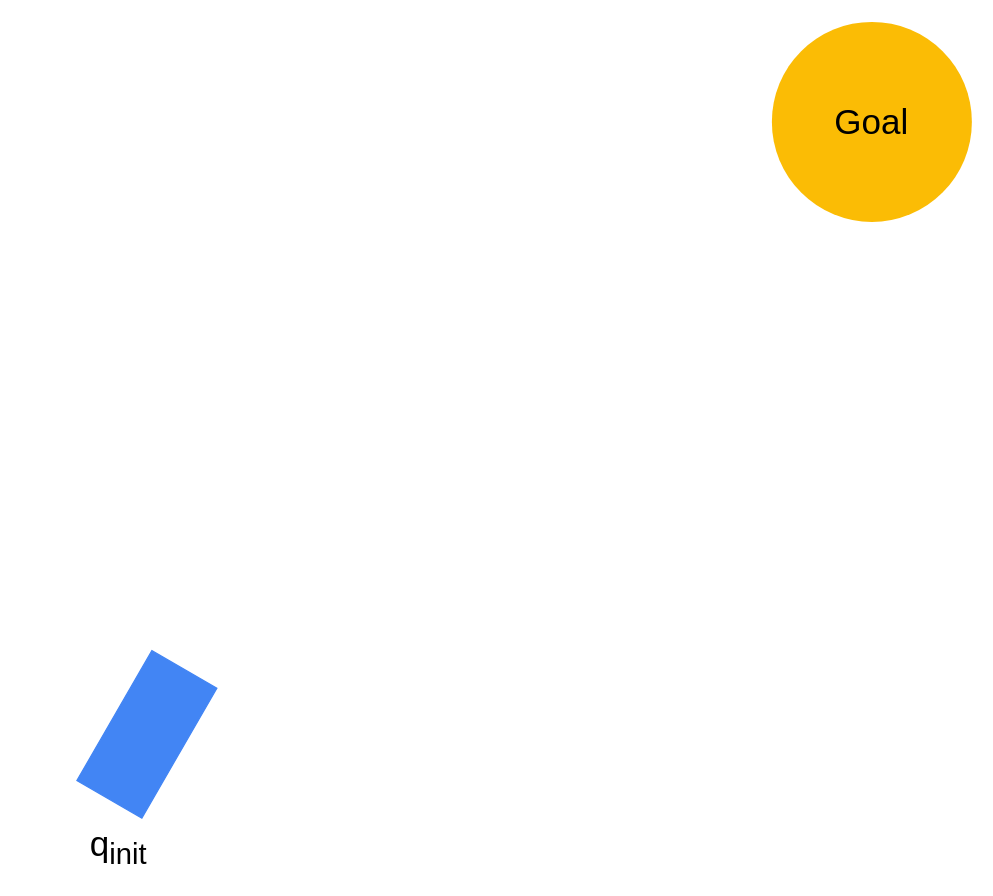
Above: page "Page-1" (1 of 3) of Writeups/4_Report/chapters/chapter2/figures/RRT_step_by_step.drawio in AnthonyKenny98/Thesis (draw.io), before the change. Source tidied: cells renumbered, new cells numbered last; positions are measured from the earlier drawing's top-left corner, leaving out a move shared by most shapes. Both pictures are drawn from the tidied source at 125%, with x=0, y=0 at pixel (71, 21).
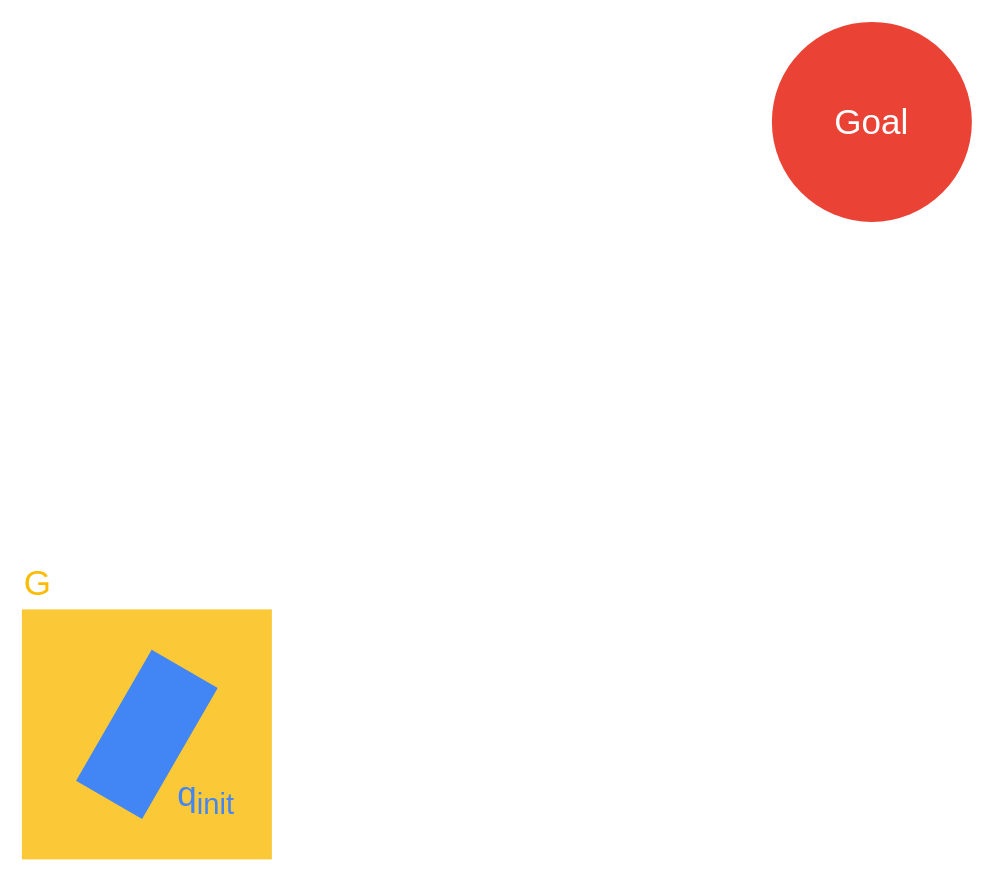
The same page after the edit.

The edit, as a diff of the source:
```diff
@@
 <mxGraphModel>
   <root>
     <mxCell id="0" />
     <mxCell id="1" parent="0" />
+    <mxCell id="5" style="whiteSpace=wrap;html=1;shadow=0;glass=0;comic=0;strokeColor=none;fillColor=#FBBC05;opacity=80;" parent="1" vertex="1">
+      <mxGeometry x="-40" y="470" width="200" height="200" as="geometry" />
+    </mxCell>
     <mxCell id="2" style="rounded=0;whiteSpace=wrap;html=1;fillColor=#4285F4;strokeColor=#4285F4;rotation=-60;" parent="1" vertex="1">
       <mxGeometry y="540" width="120" height="60" as="geometry" />
     </mxCell>
-    <mxCell id="3" value="&lt;font style=&quot;font-size: 28px&quot;&gt;Goal&lt;/font&gt;" style="ellipse;whiteSpace=wrap;html=1;strokeColor=none;fillColor=#FBBC05;fontFamily=Computer Modern;FType=g;" parent="1" vertex="1">
+    <mxCell id="3" value="&lt;font style=&quot;font-size: 28px&quot; color=&quot;#ffffff&quot;&gt;Goal&lt;/font&gt;" style="ellipse;whiteSpace=wrap;html=1;strokeColor=none;fillColor=#EA4335;fontFamily=Computer Modern;FType=g;" parent="1" vertex="1">
       <mxGeometry x="560" width="160" height="160" as="geometry" />
     </mxCell>
-    <mxCell id="4" value="&lt;font style=&quot;font-size: 28px&quot; face=&quot;Computer Modern&quot;&gt;q&lt;sub&gt;init&lt;/sub&gt;&lt;/font&gt;" style="text;html=1;strokeColor=none;fillColor=none;align=center;verticalAlign=middle;whiteSpace=wrap;rounded=0;rotation=0;" parent="1" vertex="1">
-      <mxGeometry y="640" width="75" height="42.2" as="geometry" />
+    <mxCell id="4" value="&lt;font style=&quot;font-size: 28px&quot; face=&quot;Computer Modern&quot; color=&quot;#4285f4&quot;&gt;q&lt;sub&gt;init&lt;/sub&gt;&lt;/font&gt;" style="text;html=1;strokeColor=none;fillColor=none;align=center;verticalAlign=middle;whiteSpace=wrap;rounded=0;rotation=0;" parent="1" vertex="1">
+      <mxGeometry x="70" y="600" width="75" height="42.2" as="geometry" />
     </mxCell>
+    <mxCell id="6" value="&lt;font face=&quot;Computer Modern&quot; color=&quot;#fbbc05&quot;&gt;&lt;span style=&quot;font-size: 28px&quot;&gt;G&lt;/span&gt;&lt;/font&gt;" style="text;html=1;strokeColor=none;fillColor=none;align=left;verticalAlign=middle;whiteSpace=wrap;rounded=0;rotation=0;" parent="1" vertex="1">
+      <mxGeometry x="-40" y="427.8" width="55" height="42.2" as="geometry" />
+    </mxCell>
   </root>
 </mxGraphModel>
```
